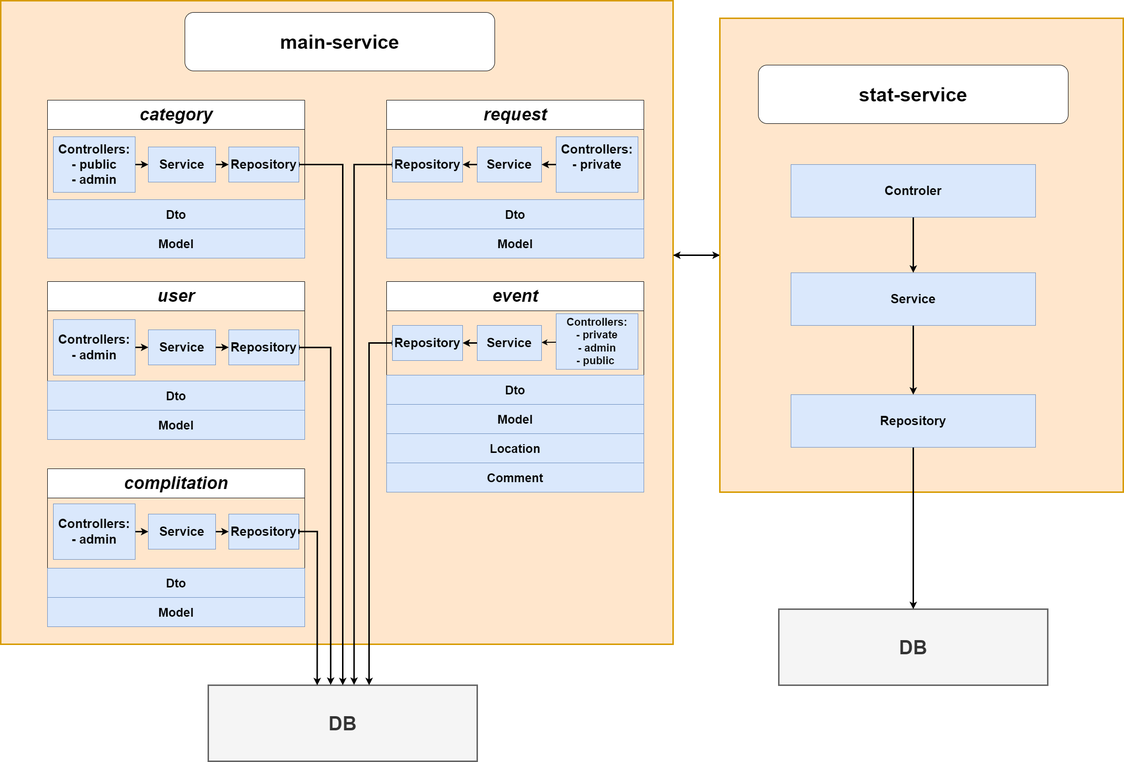
Before: Explore With Me.png, a diagram exported from draw.io (EvgeniyaKuzmina/java-explore-with-me). Source tidied: cells renumbered, new cells last; positions are measured from the earlier drawing's top-left corner, leaving out a move shared by most shapes.
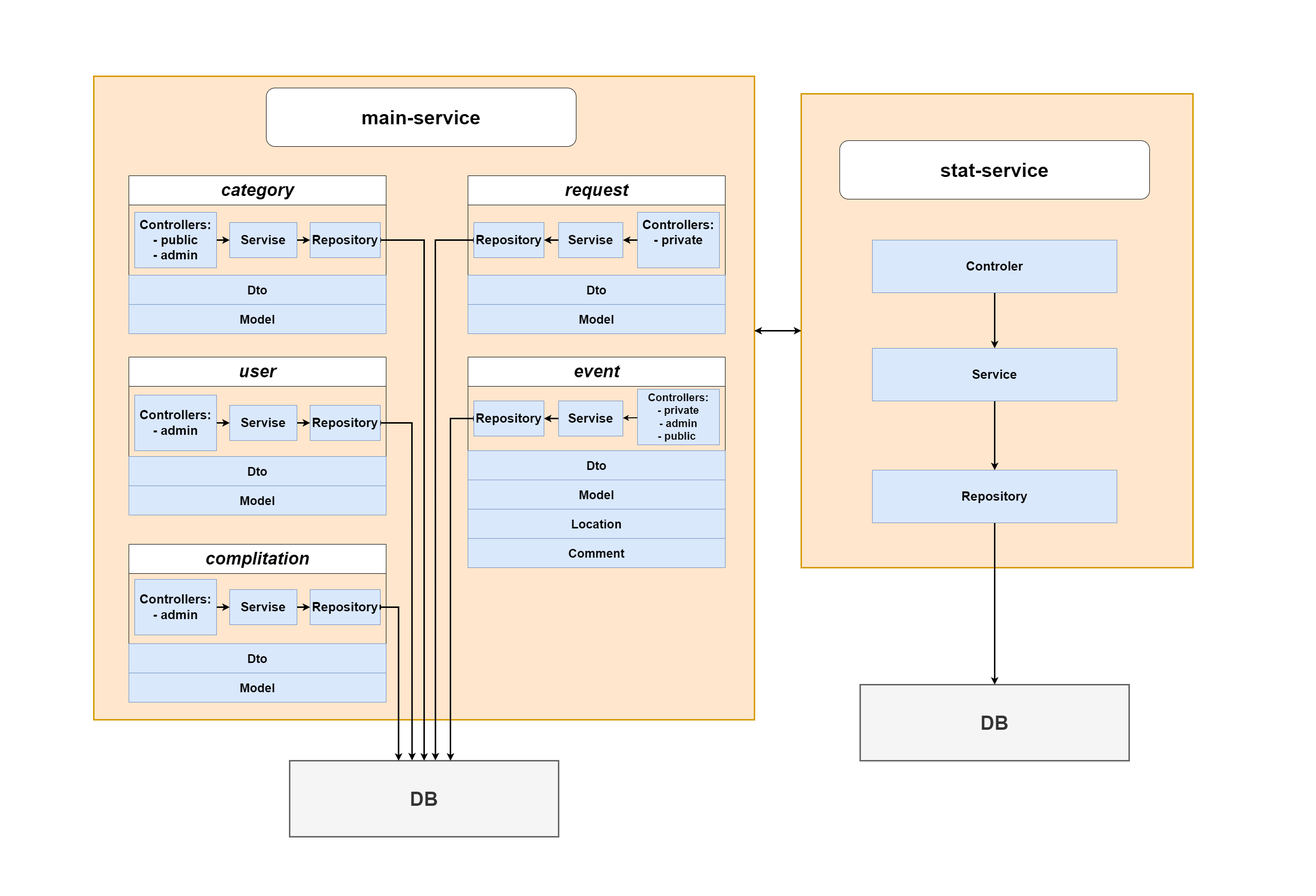
After the commit.

The edit, as a diff of the source:
```diff
@@ -2,6 +2,9 @@
   <root>
     <mxCell id="0" />
     <mxCell id="1" parent="0" />
+    <mxCell id="64" style="rounded=0;whiteSpace=wrap;html=1;opacity=0;" parent="1" vertex="1">
+      <mxGeometry x="-168" y="-156" width="2700" height="1836" as="geometry" />
+    </mxCell>
     <mxCell id="2" style="edgeStyle=orthogonalEdgeStyle;rounded=0;jettySize=auto;html=1;strokeWidth=3;fontSize=26;startArrow=baseDash;startFill=0;" parent="1" edge="1" source="3" target="5">
       <mxGeometry relative="1" as="geometry">
         <Array as="points">
@@ -11,7 +14,7 @@
       </mxGeometry>
     </mxCell>
     <mxCell id="3" style="rounded=0;whiteSpace=wrap;html=1;strokeWidth=3;fontSize=21;fillColor=#ffe6cc;strokeColor=#d79b00;" parent="1" vertex="1">
-      <mxGeometry width="1380" height="1320" as="geometry" />
+      <mxGeometry x="24" width="1356" height="1320" as="geometry" />
     </mxCell>
     <mxCell id="4" style="edgeStyle=orthogonalEdgeStyle;rounded=0;jettySize=auto;html=1;strokeWidth=3;fontSize=26;startArrow=baseDash;startFill=0;" parent="1" edge="1" source="5" target="3">
       <mxGeometry relative="1" as="geometry">
@@ -22,7 +25,7 @@
       </mxGeometry>
     </mxCell>
     <mxCell id="5" style="rounded=0;whiteSpace=wrap;html=1;fontSize=21;fillColor=#ffe6cc;strokeColor=#d79b00;strokeWidth=3;" parent="1" vertex="1">
-      <mxGeometry x="1476" y="36" width="828" height="972" as="geometry" />
+      <mxGeometry x="1476" y="36" width="804" height="972" as="geometry" />
     </mxCell>
     <mxCell id="6" value="&lt;font style=&quot;font-size: 40px;&quot;&gt;&lt;b&gt;main-&lt;font style=&quot;font-size: 40px;&quot;&gt;service&lt;/font&gt;&lt;/b&gt;&lt;/font&gt;" style="rounded=1;whiteSpace=wrap;html=1;" parent="1" vertex="1">
       <mxGeometry x="378" y="24" width="636" height="120" as="geometry" />
@@ -48,7 +51,7 @@
     <mxCell id="13" style="edgeStyle=orthogonalEdgeStyle;rounded=0;jettySize=auto;html=1;fontSize=14;strokeWidth=3;" parent="1" edge="1" source="14" target="16">
       <mxGeometry relative="1" as="geometry" />
     </mxCell>
-    <mxCell id="14" value="&lt;b&gt;&lt;font style=&quot;font-size: 26px;&quot;&gt;Service&lt;/font&gt;&lt;/b&gt;" style="rounded=0;whiteSpace=wrap;html=1;fillColor=#dae8fc;strokeColor=#6c8ebf;" parent="1" vertex="1">
+    <mxCell id="14" value="&lt;b&gt;&lt;font style=&quot;font-size: 26px;&quot;&gt;Servise&lt;/font&gt;&lt;/b&gt;" style="rounded=0;whiteSpace=wrap;html=1;fillColor=#dae8fc;strokeColor=#6c8ebf;" parent="1" vertex="1">
       <mxGeometry x="978" y="666" width="132" height="72" as="geometry" />
     </mxCell>
     <mxCell id="15" style="edgeStyle=orthogonalEdgeStyle;rounded=0;jettySize=auto;html=1;entryX=0.598;entryY=0;entryDx=0;entryDy=0;entryPerimeter=0;strokeWidth=3;fontSize=36;startArrow=baseDash;startFill=0;" parent="1" edge="1" source="16" target="10">
@@ -119,7 +122,7 @@
     <mxCell id="33" style="edgeStyle=none;rounded=0;jettySize=auto;html=1;strokeWidth=3;fontSize=22;" parent="1" edge="1" source="34" target="32">
       <mxGeometry relative="1" as="geometry" />
     </mxCell>
-    <mxCell id="34" value="&lt;b&gt;&lt;font style=&quot;font-size: 26px;&quot;&gt;Service&lt;/font&gt;&lt;/b&gt;" style="rounded=0;whiteSpace=wrap;html=1;fillColor=#dae8fc;strokeColor=#6c8ebf;" parent="1" vertex="1">
+    <mxCell id="34" value="&lt;b&gt;&lt;font style=&quot;font-size: 26px;&quot;&gt;Servise&lt;/font&gt;&lt;/b&gt;" style="rounded=0;whiteSpace=wrap;html=1;fillColor=#dae8fc;strokeColor=#6c8ebf;" parent="1" vertex="1">
       <mxGeometry x="978" y="300" width="132" height="72" as="geometry" />
     </mxCell>
     <mxCell id="35" style="edgeStyle=none;rounded=0;jettySize=auto;html=1;strokeWidth=3;fontSize=22;" parent="1" edge="1" source="36" target="34">
@@ -142,7 +145,7 @@
         <mxPoint x="468" y="336" as="targetPoint" />
       </mxGeometry>
     </mxCell>
-    <mxCell id="41" value="&lt;b&gt;&lt;font style=&quot;font-size: 26px;&quot;&gt;Service&lt;/font&gt;&lt;/b&gt;" style="rounded=0;whiteSpace=wrap;html=1;fillColor=#dae8fc;strokeColor=#6c8ebf;" parent="1" vertex="1">
+    <mxCell id="41" value="&lt;b&gt;&lt;font style=&quot;font-size: 26px;&quot;&gt;Servise&lt;/font&gt;&lt;/b&gt;" style="rounded=0;whiteSpace=wrap;html=1;fillColor=#dae8fc;strokeColor=#6c8ebf;" parent="1" vertex="1">
       <mxGeometry x="303" y="300" width="138" height="72" as="geometry" />
     </mxCell>
     <mxCell id="42" style="edgeStyle=none;rounded=0;jettySize=auto;html=1;strokeWidth=3;fontSize=36;" parent="1" edge="1" source="43" target="41">
@@ -172,7 +175,7 @@
     <mxCell id="50" style="edgeStyle=none;rounded=0;jettySize=auto;html=1;strokeWidth=3;fontSize=36;" parent="1" edge="1" source="51" target="53">
       <mxGeometry relative="1" as="geometry" />
     </mxCell>
-    <mxCell id="51" value="&lt;b&gt;&lt;font style=&quot;font-size: 26px;&quot;&gt;Service&lt;/font&gt;&lt;/b&gt;" style="rounded=0;whiteSpace=wrap;html=1;fillColor=#dae8fc;strokeColor=#6c8ebf;" parent="1" vertex="1">
+    <mxCell id="51" value="&lt;b&gt;&lt;font style=&quot;font-size: 26px;&quot;&gt;Servise&lt;/font&gt;&lt;/b&gt;" style="rounded=0;whiteSpace=wrap;html=1;fillColor=#dae8fc;strokeColor=#6c8ebf;" parent="1" vertex="1">
       <mxGeometry x="303" y="675" width="138" height="72" as="geometry" />
     </mxCell>
     <mxCell id="52" style="edgeStyle=orthogonalEdgeStyle;rounded=0;jettySize=auto;html=1;entryX=0.455;entryY=-0.004;entryDx=0;entryDy=0;entryPerimeter=0;strokeWidth=3;fontSize=36;startArrow=baseDash;startFill=0;" parent="1" edge="1" source="53" target="10">
@@ -200,7 +203,7 @@
     <mxCell id="58" style="edgeStyle=none;rounded=0;jettySize=auto;html=1;strokeWidth=3;fontSize=36;" parent="1" edge="1" source="59" target="60">
       <mxGeometry relative="1" as="geometry" />
     </mxCell>
-    <mxCell id="59" value="&lt;b&gt;&lt;font style=&quot;font-size: 26px;&quot;&gt;Service&lt;/font&gt;&lt;/b&gt;" style="rounded=0;whiteSpace=wrap;html=1;fillColor=#dae8fc;strokeColor=#6c8ebf;" parent="1" vertex="1">
+    <mxCell id="59" value="&lt;b&gt;&lt;font style=&quot;font-size: 26px;&quot;&gt;Servise&lt;/font&gt;&lt;/b&gt;" style="rounded=0;whiteSpace=wrap;html=1;fillColor=#dae8fc;strokeColor=#6c8ebf;" parent="1" vertex="1">
       <mxGeometry x="303" y="1053" width="138" height="72" as="geometry" />
     </mxCell>
     <mxCell id="60" value="&lt;b&gt;&lt;font style=&quot;font-size: 26px;&quot;&gt;Repository&lt;/font&gt;&lt;/b&gt;" style="rounded=0;whiteSpace=wrap;html=1;fillColor=#dae8fc;strokeColor=#6c8ebf;" parent="1" vertex="1">
```
